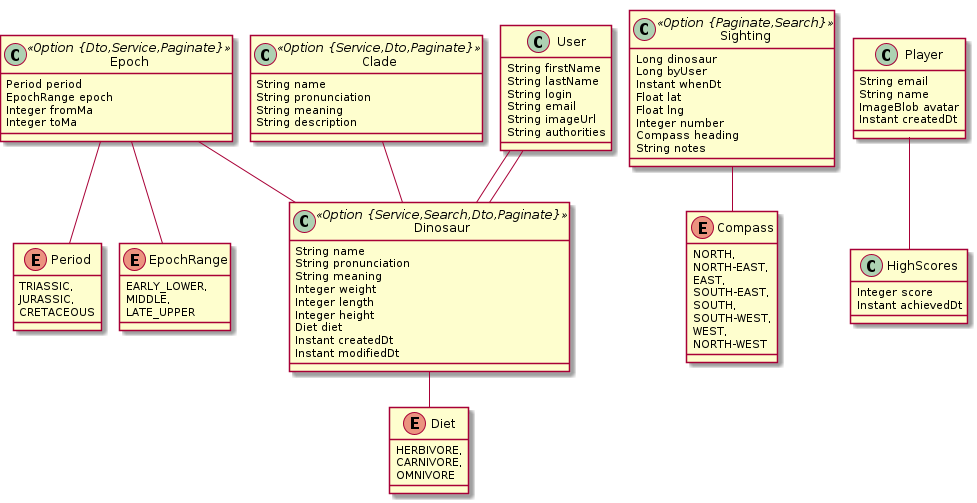
This is jhipster-microservice-dinosaurs.png from RatJuggler/jhipster-jdl, a PlantUML export, as it was before one commit. Its diagram source:
```plantuml
@startuml
	!pragma graphviz_dot jdot
	!pragma syntax class
	enum Period {
		TRIASSIC,
		JURASSIC,
		CRETACEOUS
	}
	enum EpochRange {
		EARLY_LOWER,
		MIDDLE,
		LATE_UPPER
	}
	class Epoch <<Option {Dto,Service,Paginate}>> {
		Period period
		EpochRange epoch
		Integer fromMa
		Integer toMa
	}
	Epoch ..> Period
	Epoch ..> EpochRange
	class Clade <<Option {Service,Dto,Paginate}>> {
		String name
		String pronunciation
		String meaning
		String description
	}
	enum Diet {
		HERBIVORE,
		CARNIVORE,
		OMNIVORE
	}
	class Dinosaur <<Option {Service,Search,Dto,Paginate}>> {
		String name
		String pronunciation
		String meaning
		Integer weight
		Integer length
		Integer height
		Diet diet
		Instant createdDt
		Instant modifiedDt
	}
	Dinosaur ..> Diet
	Epoch  "0..1 " --o "epochItLived  1..* "  Dinosaur
	Clade  "0..1 " --o "clade(name)  1..* "  Dinosaur
	User  "0..1 " --o "createdBy  1..* "  Dinosaur
	User  "0..1 " --o "modifiedBy 0..* "  Dinosaur
	enum Compass {
		NORTH,
		NORTH-EAST,
		EAST,
		SOUTH-EAST,
		SOUTH,
		SOUTH-WEST,
		WEST,
		NORTH-WEST
	}
	class Sighting <<Option {Paginate,Search}>> {
		Long dinosaur
		Long byUser
		Instant whenDt
		Float lat
		Float lng
		Integer number
		Compass heading
		String notes
	}
	Sighting ..> Compass
	class Player  {
		String email
		String name
		ImageBlob avatar
		Instant createdDt
	}
	class HighScores  {
		Integer score
		Instant achievedDt
	}
	Player  "0..1 " -- "player 0..1 "  HighScores
	class User  {
		String firstName
		String lastName
		String login
		String email
		String imageUrl
		String authorities
	}
@enduml
```
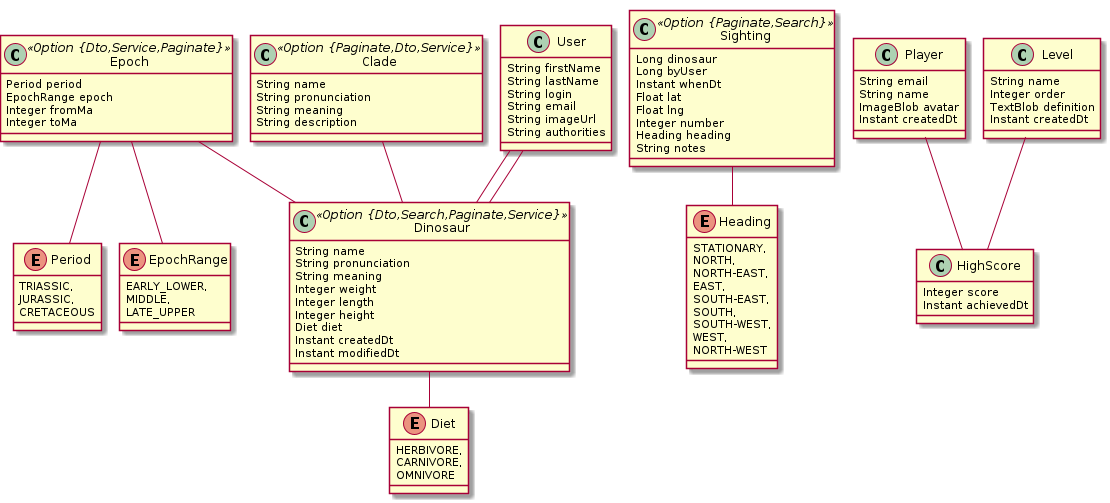
Above is the later version.

Commit message:
Define multiple gateways.

Diff of the diagram source:
```diff
@@ -19,7 +19,7 @@
 	}
 	Epoch ..> Period
 	Epoch ..> EpochRange
-	class Clade <<Option {Service,Dto,Paginate}>> {
+	class Clade <<Option {Paginate,Dto,Service}>> {
 		String name
 		String pronunciation
 		String meaning
@@ -30,7 +30,7 @@
 		CARNIVORE,
 		OMNIVORE
 	}
-	class Dinosaur <<Option {Service,Search,Dto,Paginate}>> {
+	class Dinosaur <<Option {Dto,Search,Paginate,Service}>> {
 		String name
 		String pronunciation
 		String meaning
@@ -46,7 +46,8 @@
 	Clade  "0..1 " --o "clade(name)  1..* "  Dinosaur
 	User  "0..1 " --o "createdBy  1..* "  Dinosaur
 	User  "0..1 " --o "modifiedBy 0..* "  Dinosaur
-	enum Compass {
+	enum Heading {
+		STATIONARY,
 		NORTH,
 		NORTH-EAST,
 		EAST,
@@ -63,21 +64,28 @@
 		Float lat
 		Float lng
 		Integer number
-		Compass heading
+		Heading heading
 		String notes
 	}
-	Sighting ..> Compass
+	Sighting ..> Heading
 	class Player  {
 		String email
 		String name
 		ImageBlob avatar
 		Instant createdDt
 	}
-	class HighScores  {
+	class Level  {
+		String name
+		Integer order
+		TextBlob definition
+		Instant createdDt
+	}
+	class HighScore  {
 		Integer score
 		Instant achievedDt
 	}
-	Player  "0..1 " -- "player 0..1 "  HighScores
+	Player  "0..1 " -- "player 0..1 "  HighScore
+	Level  "0..1 " -- "level 0..1 "  HighScore
 	class User  {
 		String firstName
 		String lastName
```
